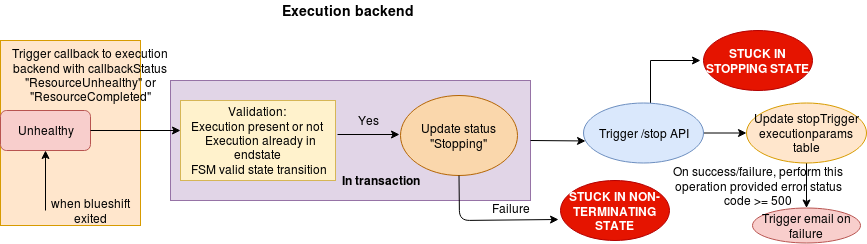
This is stop_unhealthy.png from prodipta/blueshift-resouce, a draw.io export, as it was before one commit. Source tidied: cells renumbered, new cells last; positions are measured from the earlier drawing's top-left corner, leaving out a move shared by most shapes.
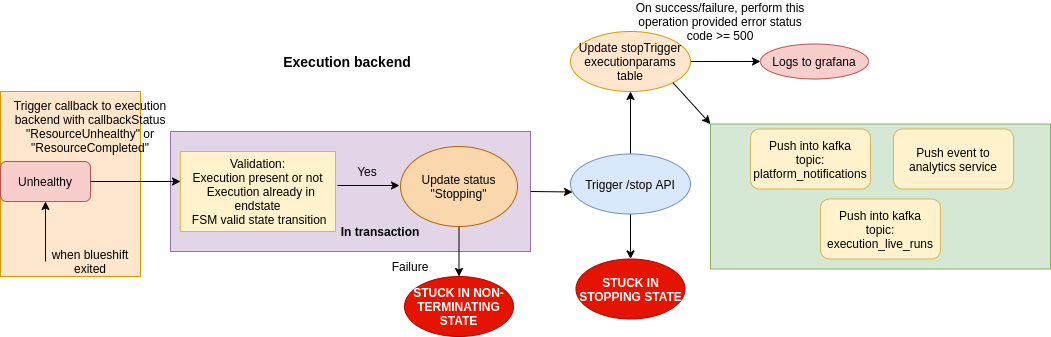
Later version of the same file.

The edit, as a diff of the source:
```diff
@@ -36,6 +36,9 @@
     <mxCell id="11" value="Execution backend" style="text;html=1;strokeColor=none;fillColor=none;align=center;verticalAlign=middle;whiteSpace=wrap;rounded=0;fontStyle=1;fontSize=14;" parent="1" vertex="1">
       <mxGeometry x="152" width="390" height="20" as="geometry" />
     </mxCell>
+    <mxCell id="24" style="edgeStyle=orthogonalEdgeStyle;rounded=0;jettySize=auto;html=1;" parent="1" edge="1" source="12" target="16">
+      <mxGeometry relative="1" as="geometry" />
+    </mxCell>
     <mxCell id="12" value="Update status &quot;Stopping&quot;" style="ellipse;whiteSpace=wrap;html=1;fillColor=#fad7ac;strokeColor=#b46504;" parent="1" vertex="1">
       <mxGeometry x="400" y="95" width="117" height="80" as="geometry" />
     </mxCell>
@@ -43,7 +46,7 @@
       <mxGeometry x="330" y="170" width="100" height="20" as="geometry" />
     </mxCell>
     <mxCell id="14" value="On success/failure, perform this operation provided error status code &amp;gt;= 500" style="text;html=1;strokeColor=none;fillColor=none;align=center;verticalAlign=middle;whiteSpace=wrap;rounded=0;" parent="1" vertex="1">
-      <mxGeometry x="667.5" y="175" width="180" height="20" as="geometry" />
+      <mxGeometry x="630" y="-40" width="180" height="20" as="geometry" />
     </mxCell>
     <mxCell id="15" style="endArrow=classic;html=1;" parent="1" edge="1">
       <mxGeometry relative="1" as="geometry">
@@ -52,7 +55,7 @@
       </mxGeometry>
     </mxCell>
     <mxCell id="16" value="STUCK IN NON-TERMINATING STATE" style="ellipse;whiteSpace=wrap;html=1;fillColor=#e51400;strokeColor=#B20000;fontStyle=1;fontColor=#ffffff;" parent="1" vertex="1">
-      <mxGeometry x="560" y="180" width="109" height="60" as="geometry" />
+      <mxGeometry x="404" y="225" width="109" height="60" as="geometry" />
     </mxCell>
     <mxCell id="17" style="endArrow=classic;html=1;exitX=1;exitY=0.5;exitDx=0;exitDy=0;entryX=0.017;entryY=0.633;entryDx=0;entryDy=0;entryPerimeter=0;" parent="1" edge="1" source="2" target="20">
       <mxGeometry relative="1" as="geometry" />
@@ -60,38 +63,46 @@
     <mxCell id="18" style="edgeStyle=orthogonalEdgeStyle;rounded=0;jettySize=auto;html=1;" parent="1" edge="1" source="20" target="22">
       <mxGeometry relative="1" as="geometry" />
     </mxCell>
-    <mxCell id="19" style="edgeStyle=orthogonalEdgeStyle;rounded=0;jettySize=auto;html=1;" parent="1" edge="1" source="20">
+    <mxCell id="19" style="edgeStyle=orthogonalEdgeStyle;rounded=0;jettySize=auto;html=1;" parent="1" edge="1" source="20" target="26">
       <mxGeometry relative="1" as="geometry">
-        <mxPoint x="700" y="60" as="targetPoint" />
         <Array as="points">
-          <mxPoint x="650" y="60" />
+          <mxPoint x="630" y="200" />
+          <mxPoint x="630" y="200" />
         </Array>
       </mxGeometry>
     </mxCell>
     <mxCell id="20" value="Trigger /stop API" style="ellipse;whiteSpace=wrap;html=1;fillColor=#dae8fc;strokeColor=#6c8ebf;" parent="1" vertex="1">
-      <mxGeometry x="583" y="102.5" width="120" height="60" as="geometry" />
+      <mxGeometry x="570" y="102.5" width="120" height="60" as="geometry" />
     </mxCell>
     <mxCell id="21" style="edgeStyle=orthogonalEdgeStyle;rounded=0;jettySize=auto;html=1;" parent="1" edge="1" source="22" target="23">
       <mxGeometry relative="1" as="geometry" />
     </mxCell>
     <mxCell id="22" value="Update stopTrigger executionparams table" style="ellipse;whiteSpace=wrap;html=1;fillColor=#ffe6cc;strokeColor=#d79b00;" parent="1" vertex="1">
-      <mxGeometry x="746" y="102.5" width="120" height="60" as="geometry" />
+      <mxGeometry x="570" y="-20" width="120" height="60" as="geometry" />
     </mxCell>
-    <mxCell id="23" value="Trigger email on failure" style="ellipse;whiteSpace=wrap;html=1;fillColor=#f8cecc;strokeColor=#b85450;" parent="1" vertex="1">
-      <mxGeometry x="752" y="207.5" width="108" height="35" as="geometry" />
+    <mxCell id="23" value="Logs to grafana" style="ellipse;whiteSpace=wrap;html=1;fillColor=#f8cecc;strokeColor=#b85450;" parent="1" vertex="1">
+      <mxGeometry x="760" y="-7.5" width="108" height="35" as="geometry" />
     </mxCell>
-    <mxCell id="24" style="endArrow=classic;html=1;exitX=0.5;exitY=1;exitDx=0;exitDy=0;entryX=-0.018;entryY=0.65;entryDx=0;entryDy=0;entryPerimeter=0;" parent="1" edge="1" source="12" target="16">
-      <mxGeometry relative="1" as="geometry">
-        <Array as="points">
-          <mxPoint x="459" y="220" />
-        </Array>
-      </mxGeometry>
-    </mxCell>
     <mxCell id="25" value="Failure" style="text;html=1;strokeColor=none;fillColor=none;align=center;verticalAlign=middle;whiteSpace=wrap;rounded=0;" parent="1" vertex="1">
-      <mxGeometry x="490" y="197.5" width="40" height="20" as="geometry" />
+      <mxGeometry x="390" y="205" width="40" height="20" as="geometry" />
     </mxCell>
     <mxCell id="26" value="STUCK IN STOPPING STATE" style="ellipse;whiteSpace=wrap;html=1;fillColor=#e51400;strokeColor=#B20000;fontStyle=1;fontColor=#ffffff;" parent="1" vertex="1">
-      <mxGeometry x="703" y="30" width="109" height="60" as="geometry" />
+      <mxGeometry x="575.5" y="207.5" width="109" height="60" as="geometry" />
     </mxCell>
+    <mxCell id="27" style="rounded=0;whiteSpace=wrap;html=1;fillColor=#d5e8d4;strokeColor=#82b366;" parent="1" vertex="1">
+      <mxGeometry x="710" y="72.5" width="340" height="145" as="geometry" />
+    </mxCell>
+    <mxCell id="28" value="Push into kafka&lt;br&gt;topic: platform_notifications" style="rounded=1;whiteSpace=wrap;html=1;fillColor=#fff2cc;strokeColor=#d6b656;" parent="1" vertex="1">
+      <mxGeometry x="750" y="77.5" width="120" height="60" as="geometry" />
+    </mxCell>
+    <mxCell id="29" value="&lt;font face=&quot;helvetica&quot;&gt;Push event to analytics service&lt;/font&gt;" style="whiteSpace=wrap;html=1;rounded=1;strokeColor=#d6b656;fillColor=#fff2cc;" parent="1" vertex="1">
+      <mxGeometry x="893" y="77.5" width="120" height="60" as="geometry" />
+    </mxCell>
+    <mxCell id="30" value="Push into kafka&lt;br&gt;topic: execution_live_runs" style="rounded=1;whiteSpace=wrap;html=1;fillColor=#fff2cc;strokeColor=#d6b656;" parent="1" vertex="1">
+      <mxGeometry x="820" y="147.5" width="120" height="60" as="geometry" />
+    </mxCell>
+    <mxCell id="31" style="endArrow=classic;html=1;rounded=0;exitX=1;exitY=1;exitDx=0;exitDy=0;entryX=0;entryY=0;entryDx=0;entryDy=0;" parent="1" edge="1" source="22" target="27">
+      <mxGeometry relative="1" as="geometry" />
+    </mxCell>
   </root>
 </mxGraphModel>
```
